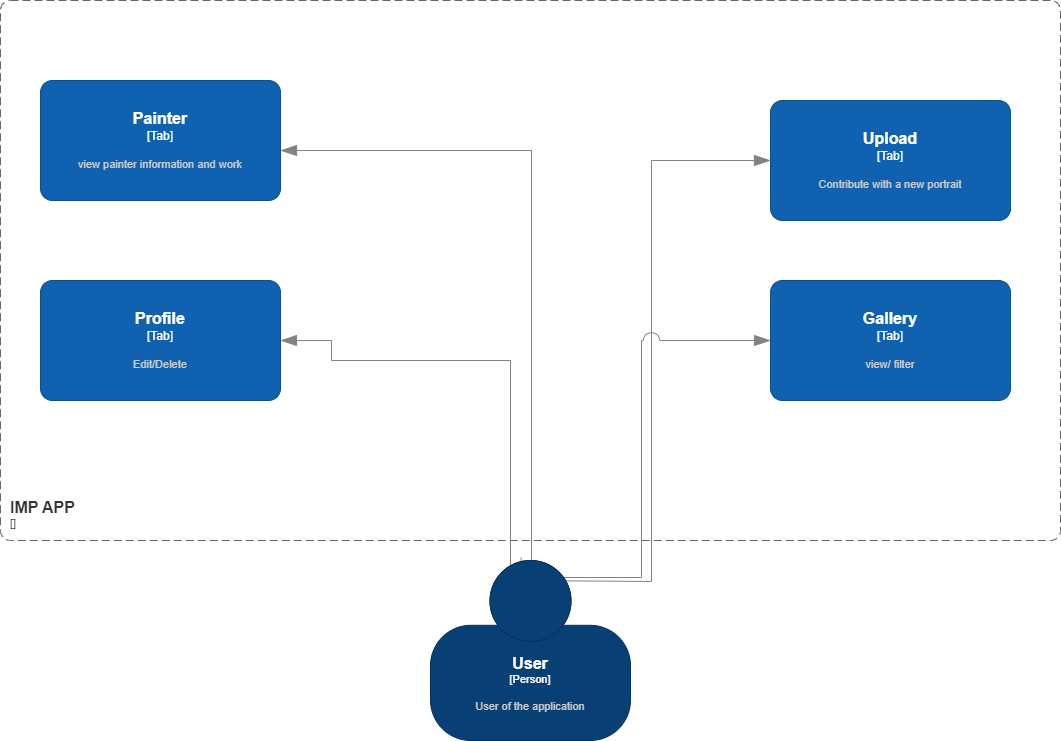
Above: images/general-user.png in mariaecaterinaolariu/WADE (draw.io), before the change. Source tidied: cells renumbered, new cells last; positions are measured from the earlier drawing's top-left corner, leaving out a move shared by most shapes.
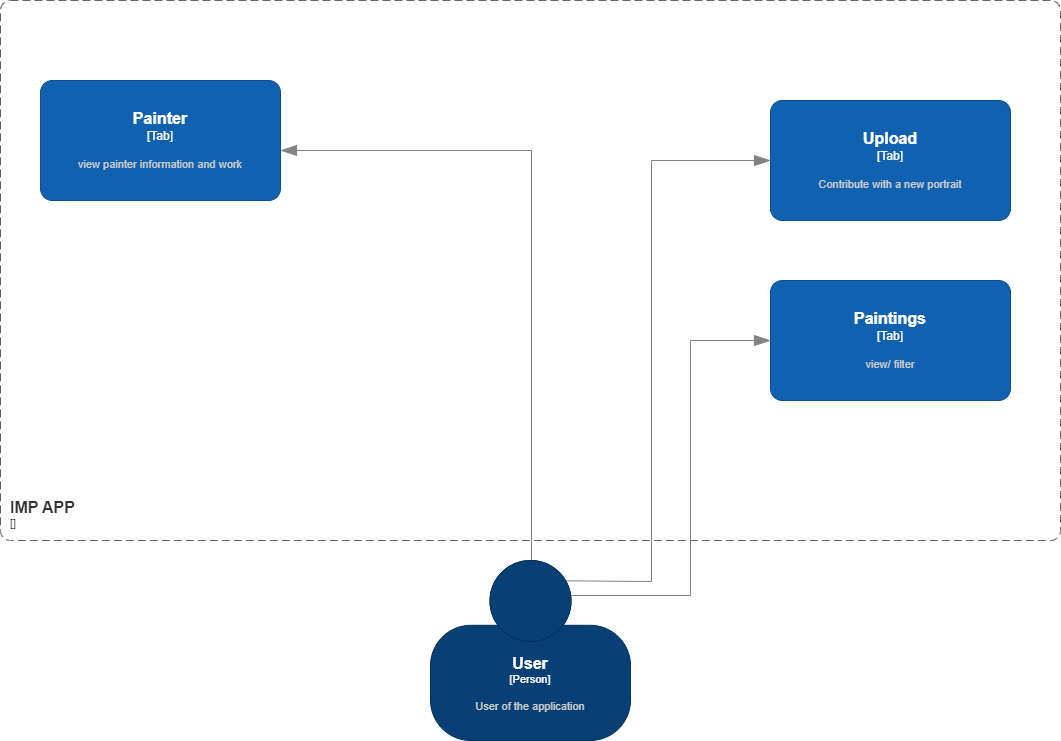
Later version of the same file.

Change to the diagram source:
```diff
@@ -7,12 +7,7 @@
         <mxGeometry width="1060" height="540" as="geometry" />
       </mxCell>
     </object>
-    <object id="3" label="&lt;font style=&quot;font-size: 16px&quot;&gt;&lt;b&gt;%c4Name%&lt;/b&gt;&lt;/font&gt;&lt;div&gt;[%c4Type%]&lt;/div&gt;&lt;br&gt;&lt;div&gt;&lt;font style=&quot;font-size: 11px&quot;&gt;&lt;font color=&quot;#cccccc&quot;&gt;%c4Description%&lt;/font&gt;&lt;/div&gt;" c4Description="Edit/Delete" c4Name="Profile" c4Type="Tab" placeholders="1">
-      <mxCell style="rounded=1;whiteSpace=wrap;html=1;labelBackgroundColor=none;fillColor=#1061B0;fontColor=#ffffff;align=center;arcSize=10;strokeColor=#0D5091;points=[[0.25,0,0],[0.5,0,0],[0.75,0,0],[1,0.25,0],[1,0.5,0],[1,0.75,0],[0.75,1,0],[0.5,1,0],[0.25,1,0],[0,0.75,0],[0,0.5,0],[0,0.25,0]];" parent="1" vertex="1">
-        <mxGeometry x="40" y="280" width="240" height="120" as="geometry" />
-      </mxCell>
-    </object>
-    <object id="4" label="&lt;font style=&quot;font-size: 16px&quot;&gt;&lt;b&gt;%c4Name%&lt;/b&gt;&lt;/font&gt;&lt;div&gt;[%c4Type%]&lt;/div&gt;&lt;br&gt;&lt;div&gt;&lt;font style=&quot;font-size: 11px&quot;&gt;&lt;font color=&quot;#cccccc&quot;&gt;%c4Description%&lt;/font&gt;&lt;/div&gt;" c4Description="view/ filter" c4Name="Gallery" c4Type="Tab" placeholders="1">
+    <object id="4" label="&lt;font style=&quot;font-size: 16px&quot;&gt;&lt;b&gt;%c4Name%&lt;/b&gt;&lt;/font&gt;&lt;div&gt;[%c4Type%]&lt;/div&gt;&lt;br&gt;&lt;div&gt;&lt;font style=&quot;font-size: 11px&quot;&gt;&lt;font color=&quot;#cccccc&quot;&gt;%c4Description%&lt;/font&gt;&lt;/div&gt;" c4Description="view/ filter" c4Name="Paintings" c4Type="Tab" placeholders="1">
       <mxCell style="rounded=1;whiteSpace=wrap;html=1;labelBackgroundColor=none;fillColor=#1061B0;fontColor=#ffffff;align=center;arcSize=10;strokeColor=#0D5091;points=[[0.25,0,0],[0.5,0,0],[0.75,0,0],[1,0.25,0],[1,0.5,0],[1,0.75,0],[0.75,1,0],[0.5,1,0],[0.25,1,0],[0,0.75,0],[0,0.5,0],[0,0.25,0]];" parent="1" vertex="1">
         <mxGeometry x="770" y="280" width="240" height="120" as="geometry" />
       </mxCell>
@@ -40,27 +35,16 @@
       </mxCell>
     </object>
     <object id="8" label="" c4Type="Relationship" placeholders="1">
-      <mxCell style="endArrow=blockThin;html=1;fontSize=10;fontColor=#404040;strokeWidth=1;endFill=1;strokeColor=#828282;elbow=vertical;endSize=14;startSize=14;jumpStyle=arc;jumpSize=16;rounded=0;edgeStyle=orthogonalEdgeStyle;exitX=0.453;exitY=-0.016;exitDx=0;exitDy=0;exitPerimeter=0;entryX=0;entryY=0.5;entryDx=0;entryDy=0;entryPerimeter=0;" parent="1" edge="1" source="11" target="4">
+      <mxCell style="endArrow=blockThin;html=1;fontSize=10;fontColor=#404040;strokeWidth=1;endFill=1;strokeColor=#828282;elbow=vertical;endSize=14;startSize=14;jumpStyle=arc;jumpSize=16;rounded=0;edgeStyle=orthogonalEdgeStyle;entryX=0;entryY=0.5;entryDx=0;entryDy=0;entryPerimeter=0;exitX=0.684;exitY=0.278;exitDx=0;exitDy=0;exitPerimeter=0;" parent="1" edge="1" source="11" target="4">
         <mxGeometry relative="1" as="geometry">
           <Array as="points">
-            <mxPoint x="641" y="577" />
-            <mxPoint x="641" y="340" />
+            <mxPoint x="567" y="595" />
+            <mxPoint x="690" y="595" />
+            <mxPoint x="690" y="340" />
           </Array>
         </mxGeometry>
       </mxCell>
     </object>
-    <object id="9" label="" c4Type="Relationship" placeholders="1">
-      <mxCell style="endArrow=blockThin;html=1;fontSize=10;fontColor=#404040;strokeWidth=1;endFill=1;strokeColor=#828282;elbow=vertical;endSize=14;startSize=14;jumpStyle=arc;jumpSize=16;rounded=0;edgeStyle=orthogonalEdgeStyle;" parent="1" edge="1" target="3">
-        <mxGeometry relative="1" as="geometry">
-          <mxPoint x="520" y="570" as="sourcePoint" />
-          <Array as="points">
-            <mxPoint x="510" y="360" />
-            <mxPoint x="331" y="360" />
-            <mxPoint x="331" y="340" />
-          </Array>
-        </mxGeometry>
-      </mxCell>
-    </object>
     <object id="10" label="" c4Type="Relationship" placeholders="1">
       <mxCell style="endArrow=blockThin;html=1;fontSize=10;fontColor=#404040;strokeWidth=1;endFill=1;strokeColor=#828282;elbow=vertical;endSize=14;startSize=14;jumpStyle=arc;jumpSize=16;rounded=0;edgeStyle=orthogonalEdgeStyle;" parent="1" edge="1" target="6">
         <mxGeometry relative="1" as="geometry">
```
